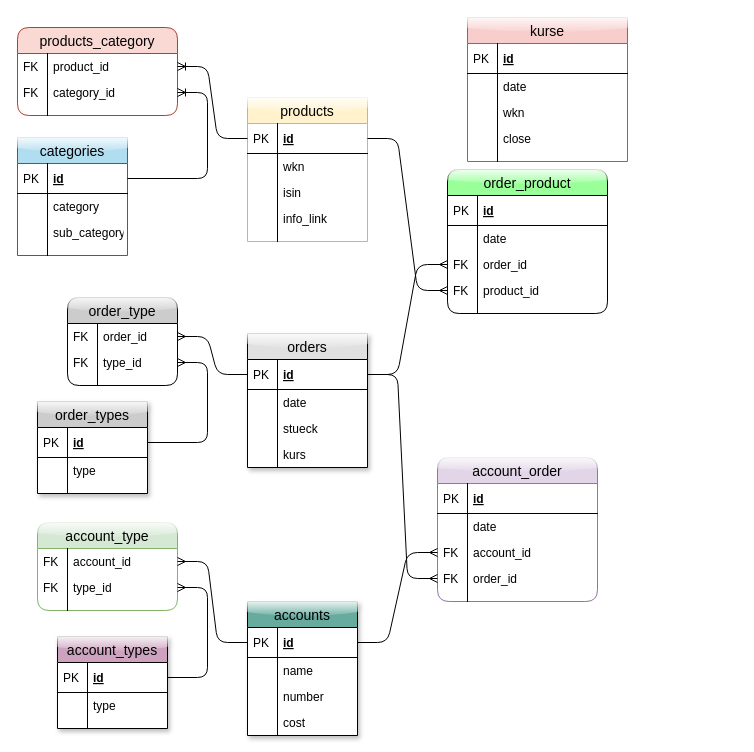
The draw.io diagram database/investment/design/relationships.drawio in l07p/pi_server, before the edit. Source tidied: cells renumbered, new cells numbered last; positions are measured from the earlier drawing's top-left corner, leaving out a move shared by most shapes. Both pictures are drawn from the tidied source at 100%, with x=0, y=0 at pixel (17, 17).
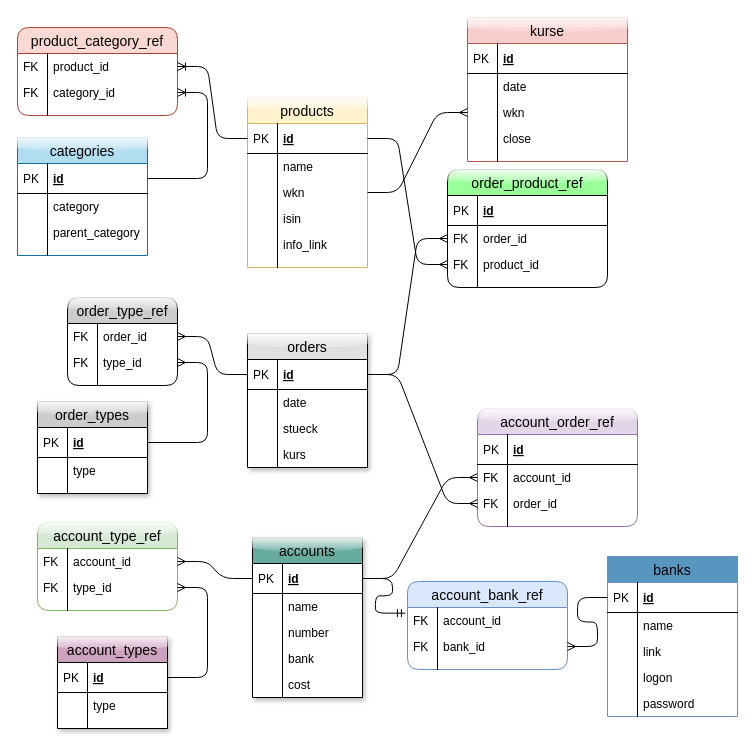
The same diagram, later.

The change refers to these unchanged cells:
```xml
<mxCell id="41" value="id" style="shape=partialRectangle;top=0;left=0;right=0;bottom=1;align=left;verticalAlign=middle;fillColor=none;spacingLeft=34;spacingRight=4;overflow=hidden;points=[[0,0.5],[1,0.5]];portConstraint=eastwest;fontStyle=5;fontSize=12;" parent="40" vertex="1">
  <mxGeometry y="26" width="110" height="30" as="geometry" />
</mxCell>
<mxCell id="112" value="wkn" style="shape=partialRectangle;top=0;left=0;right=0;bottom=0;align=left;verticalAlign=top;fillColor=none;spacingLeft=34;spacingRight=4;overflow=hidden;points=[[0,0.5],[1,0.5]];portConstraint=eastwest;fontSize=12;" parent="107" vertex="1">
  <mxGeometry y="82" width="160" height="26" as="geometry" />
</mxCell>
```

Diff of the diagram source:
```diff
@@
     <mxCell id="2" value="products" style="swimlane;fontStyle=0;horizontal=1;startSize=26;align=center;fontSize=14;fillColor=#fff2cc;strokeColor=#d6b656;glass=1;" parent="1" vertex="1">
-      <mxGeometry x="230" y="80" width="120" height="144" as="geometry" />
+      <mxGeometry x="230" y="80" width="120" height="170" as="geometry" />
     </mxCell>
@@
-    <mxCell id="5" value="wkn" style="shape=partialRectangle;top=0;left=0;right=0;bottom=0;align=left;verticalAlign=top;fillColor=none;spacingLeft=34;spacingRight=4;overflow=hidden;fontSize=12;" parent="2" vertex="1">
+    <mxCell id="5" value="name" style="shape=partialRectangle;top=0;left=0;right=0;bottom=0;align=left;verticalAlign=top;fillColor=none;spacingLeft=34;spacingRight=4;overflow=hidden;fontSize=12;" parent="2" vertex="1">
       <mxGeometry y="56" width="120" height="26" as="geometry" />
     </mxCell>
@@
+    <mxCell id="118" value="wkn" style="shape=partialRectangle;top=0;left=0;right=0;bottom=0;align=left;verticalAlign=top;fillColor=none;spacingLeft=34;spacingRight=4;overflow=hidden;points=[[0,0.5],[1,0.5]];portConstraint=eastwest;fontSize=12;" parent="2" vertex="1">
+      <mxGeometry y="82" width="120" height="26" as="geometry" />
+    </mxCell>
+    <mxCell id="119" style="shape=partialRectangle;top=0;left=0;bottom=0;fillColor=none;align=left;verticalAlign=top;spacingLeft=4;spacingRight=4;overflow=hidden;fontSize=12;" parent="118" vertex="1">
+      <mxGeometry width="30" height="26" as="geometry" />
+    </mxCell>
     <mxCell id="7" value="isin" style="shape=partialRectangle;top=0;left=0;right=0;bottom=0;align=left;verticalAlign=top;fillColor=none;spacingLeft=34;spacingRight=4;overflow=hidden;fontSize=12;" parent="2" vertex="1">
-      <mxGeometry y="82" width="120" height="26" as="geometry" />
+      <mxGeometry y="108" width="120" height="26" as="geometry" />
     </mxCell>
@@
     <mxCell id="9" value="info_link" style="shape=partialRectangle;top=0;left=0;right=0;bottom=0;align=left;verticalAlign=top;fillColor=none;spacingLeft=34;spacingRight=4;overflow=hidden;fontSize=12;" parent="2" vertex="1">
-      <mxGeometry y="108" width="120" height="26" as="geometry" />
+      <mxGeometry y="134" width="120" height="26" as="geometry" />
     </mxCell>
@@
     <mxCell id="11" style="shape=partialRectangle;top=0;left=0;right=0;bottom=0;align=left;verticalAlign=top;fillColor=none;spacingLeft=34;spacingRight=4;overflow=hidden;fontSize=12;" parent="2" vertex="1">
-      <mxGeometry y="134" width="120" height="10" as="geometry" />
+      <mxGeometry y="160" width="120" height="10" as="geometry" />
     </mxCell>
@@
     <mxCell id="13" value="categories" style="swimlane;fontStyle=0;horizontal=1;startSize=26;fillColor=#b1ddf0;swimlaneFillColor=#ffffff;align=center;fontSize=14;strokeColor=#10739e;glass=1;" parent="1" vertex="1">
-      <mxGeometry y="120" width="110" height="118" as="geometry" />
+      <mxGeometry y="120" width="130" height="118" as="geometry" />
     </mxCell>
     <mxCell id="14" value="id" style="shape=partialRectangle;top=0;left=0;right=0;bottom=1;align=left;verticalAlign=middle;fillColor=none;spacingLeft=34;spacingRight=4;overflow=hidden;points=[[0,0.5],[1,0.5]];portConstraint=eastwest;fontStyle=5;fontSize=12;" parent="13" vertex="1">
-      <mxGeometry y="26" width="110" height="30" as="geometry" />
+      <mxGeometry y="26" width="130" height="30" as="geometry" />
     </mxCell>
@@
     <mxCell id="16" value="category" style="shape=partialRectangle;top=0;left=0;right=0;bottom=0;align=left;verticalAlign=top;fillColor=none;spacingLeft=34;spacingRight=4;overflow=hidden;fontSize=12;" parent="13" vertex="1">
-      <mxGeometry y="56" width="110" height="26" as="geometry" />
+      <mxGeometry y="56" width="130" height="26" as="geometry" />
     </mxCell>
@@
-    <mxCell id="18" value="sub_category" style="shape=partialRectangle;top=0;left=0;right=0;bottom=0;align=left;verticalAlign=top;fillColor=none;spacingLeft=34;spacingRight=4;overflow=hidden;fontSize=12;" parent="13" vertex="1">
-      <mxGeometry y="82" width="110" height="26" as="geometry" />
+    <mxCell id="18" value="parent_category" style="shape=partialRectangle;top=0;left=0;right=0;bottom=0;align=left;verticalAlign=top;fillColor=none;spacingLeft=34;spacingRight=4;overflow=hidden;fontSize=12;" parent="13" vertex="1">
+      <mxGeometry y="82" width="130" height="26" as="geometry" />
     </mxCell>
@@
     <mxCell id="20" style="shape=partialRectangle;top=0;left=0;right=0;bottom=0;align=left;verticalAlign=top;fillColor=none;spacingLeft=34;spacingRight=4;overflow=hidden;fontSize=12;" parent="13" vertex="1">
-      <mxGeometry y="108" width="110" height="10" as="geometry" />
+      <mxGeometry y="108" width="130" height="10" as="geometry" />
     </mxCell>
@@
-    <mxCell id="22" value="products_category" style="swimlane;fontStyle=0;horizontal=1;startSize=26;fillColor=#fad9d5;swimlaneFillColor=#ffffff;align=center;fontSize=14;rounded=1;comic=0;strokeColor=#ae4132;" parent="1" vertex="1">
+    <mxCell id="22" value="product_category_ref" style="swimlane;fontStyle=0;horizontal=1;startSize=26;fillColor=#fad9d5;swimlaneFillColor=#ffffff;align=center;fontSize=14;rounded=1;comic=0;strokeColor=#ae4132;" parent="1" vertex="1">
       <mxGeometry y="10" width="160" height="88" as="geometry" />
     </mxCell>
@@
     <mxCell id="40" value="accounts" style="swimlane;fontStyle=0;horizontal=1;startSize=26;fillColor=#67AB9F;swimlaneFillColor=#ffffff;align=center;fontSize=14;rounded=0;shadow=1;glass=1;comic=0;" parent="1" vertex="1">
-      <mxGeometry x="230" y="584" width="110" height="134" as="geometry" />
+      <mxGeometry x="235" y="520" width="110" height="160" as="geometry" />
     </mxCell>
@@
-    <mxCell id="47" value="cost" style="shape=partialRectangle;top=0;left=0;right=0;bottom=0;align=left;verticalAlign=top;fillColor=none;spacingLeft=34;spacingRight=4;overflow=hidden;fontSize=12;" parent="40" vertex="1">
+    <mxCell id="47" value="bank" style="shape=partialRectangle;top=0;left=0;right=0;bottom=0;align=left;verticalAlign=top;fillColor=none;spacingLeft=34;spacingRight=4;overflow=hidden;fontSize=12;" parent="40" vertex="1">
       <mxGeometry y="108" width="110" height="26" as="geometry" />
     </mxCell>
@@
+    <mxCell id="120" value="cost" style="shape=partialRectangle;top=0;left=0;right=0;bottom=0;align=left;verticalAlign=top;fillColor=none;spacingLeft=34;spacingRight=4;overflow=hidden;fontSize=12;" parent="40" vertex="1">
+      <mxGeometry y="134" width="110" height="26" as="geometry" />
+    </mxCell>
+    <mxCell id="121" style="shape=partialRectangle;top=0;left=0;bottom=0;fillColor=none;align=left;verticalAlign=top;spacingLeft=4;spacingRight=4;overflow=hidden;fontSize=12;" parent="120" vertex="1">
+      <mxGeometry width="30" height="26" as="geometry" />
+    </mxCell>
@@
-    <mxCell id="63" value="order_product" style="swimlane;fontStyle=0;horizontal=1;startSize=26;fillColor=#99FF99;swimlaneFillColor=#ffffff;align=center;fontSize=14;rounded=1;glass=1;" parent="1" vertex="1">
-      <mxGeometry x="430" y="152" width="160" height="144" as="geometry" />
+    <mxCell id="63" value="order_product_ref" style="swimlane;fontStyle=0;horizontal=1;startSize=26;fillColor=#99FF99;swimlaneFillColor=#ffffff;align=center;fontSize=14;rounded=1;glass=1;" parent="1" vertex="1">
+      <mxGeometry x="430" y="152" width="160" height="118" as="geometry" />
     </mxCell>
@@
-    <mxCell id="66" value="date" style="shape=partialRectangle;top=0;left=0;right=0;bottom=0;align=left;verticalAlign=top;fillColor=none;spacingLeft=34;spacingRight=4;overflow=hidden;fontSize=12;" parent="63" vertex="1">
-      <mxGeometry y="56" width="160" height="26" as="geometry" />
-    </mxCell>
-    <mxCell id="67" style="shape=partialRectangle;top=0;left=0;bottom=0;fillColor=none;align=left;verticalAlign=top;spacingLeft=4;spacingRight=4;overflow=hidden;fontSize=12;" parent="66" vertex="1">
-      <mxGeometry width="30" height="26" as="geometry" />
-    </mxCell>
     <mxCell id="68" value="order_id" style="shape=partialRectangle;top=0;left=0;right=0;bottom=0;align=left;verticalAlign=top;fillColor=none;spacingLeft=34;spacingRight=4;overflow=hidden;points=[[0,0.5],[1,0.5]];portConstraint=eastwest;fontSize=12;" parent="63" vertex="1">
-      <mxGeometry y="82" width="160" height="26" as="geometry" />
+      <mxGeometry y="56" width="160" height="26" as="geometry" />
     </mxCell>
@@
     <mxCell id="70" value="product_id" style="shape=partialRectangle;top=0;left=0;right=0;bottom=0;align=left;verticalAlign=top;fillColor=none;spacingLeft=34;spacingRight=4;overflow=hidden;points=[[0,0.5],[1,0.5]];portConstraint=eastwest;fontSize=12;" parent="63" vertex="1">
-      <mxGeometry y="108" width="160" height="26" as="geometry" />
+      <mxGeometry y="82" width="160" height="26" as="geometry" />
     </mxCell>
@@
     <mxCell id="72" style="shape=partialRectangle;top=0;left=0;right=0;bottom=0;align=left;verticalAlign=top;fillColor=none;spacingLeft=34;spacingRight=4;overflow=hidden;fontSize=12;" parent="63" vertex="1">
-      <mxGeometry y="134" width="160" height="10" as="geometry" />
+      <mxGeometry y="108" width="160" height="10" as="geometry" />
     </mxCell>
@@
-    <mxCell id="76" value="order_type" style="swimlane;fontStyle=0;horizontal=1;startSize=26;fillColor=#CCCCCC;swimlaneFillColor=#ffffff;align=center;fontSize=14;rounded=1;shadow=0;glass=1;" parent="1" vertex="1">
+    <mxCell id="76" value="order_type_ref" style="swimlane;fontStyle=0;horizontal=1;startSize=26;fillColor=#CCCCCC;swimlaneFillColor=#ffffff;align=center;fontSize=14;rounded=1;shadow=0;glass=1;" parent="1" vertex="1">
       <mxGeometry x="50" y="280" width="110" height="88" as="geometry" />
     </mxCell>
@@
-    <mxCell id="85" value="account_type" style="swimlane;fontStyle=0;horizontal=1;startSize=26;fillColor=#d5e8d4;swimlaneFillColor=#ffffff;align=center;fontSize=14;rounded=1;shadow=0;glass=1;strokeColor=#82b366;" parent="1" vertex="1">
+    <mxCell id="85" value="account_type_ref" style="swimlane;fontStyle=0;horizontal=1;startSize=26;fillColor=#d5e8d4;swimlaneFillColor=#ffffff;align=center;fontSize=14;rounded=1;shadow=0;glass=1;strokeColor=#82b366;" parent="1" vertex="1">
       <mxGeometry x="20" y="505" width="140" height="88" as="geometry" />
     </mxCell>
@@
-    <mxCell id="94" value="account_order" style="swimlane;fontStyle=0;horizontal=1;startSize=26;fillColor=#e1d5e7;swimlaneFillColor=#ffffff;align=center;fontSize=14;rounded=1;shadow=0;glass=1;strokeColor=#9673a6;" parent="1" vertex="1">
-      <mxGeometry x="420" y="440" width="160" height="144" as="geometry" />
+    <mxCell id="94" value="account_order_ref" style="swimlane;fontStyle=0;horizontal=1;startSize=26;fillColor=#e1d5e7;swimlaneFillColor=#ffffff;align=center;fontSize=14;rounded=1;shadow=0;glass=1;strokeColor=#9673a6;" parent="1" vertex="1">
+      <mxGeometry x="460" y="391" width="160" height="118" as="geometry" />
     </mxCell>
@@
-    <mxCell id="97" value="date" style="shape=partialRectangle;top=0;left=0;right=0;bottom=0;align=left;verticalAlign=top;fillColor=none;spacingLeft=34;spacingRight=4;overflow=hidden;fontSize=12;" parent="94" vertex="1">
-      <mxGeometry y="56" width="160" height="26" as="geometry" />
-    </mxCell>
-    <mxCell id="98" style="shape=partialRectangle;top=0;left=0;bottom=0;fillColor=none;align=left;verticalAlign=top;spacingLeft=4;spacingRight=4;overflow=hidden;fontSize=12;" parent="97" vertex="1">
-      <mxGeometry width="30" height="26" as="geometry" />
-    </mxCell>
     <mxCell id="99" value="account_id" style="shape=partialRectangle;top=0;left=0;right=0;bottom=0;align=left;verticalAlign=top;fillColor=none;spacingLeft=34;spacingRight=4;overflow=hidden;points=[[0,0.5],[1,0.5]];portConstraint=eastwest;fontSize=12;" parent="94" vertex="1">
-      <mxGeometry y="82" width="160" height="26" as="geometry" />
+      <mxGeometry y="56" width="160" height="26" as="geometry" />
     </mxCell>
@@
     <mxCell id="101" value="order_id" style="shape=partialRectangle;top=0;left=0;right=0;bottom=0;align=left;verticalAlign=top;fillColor=none;spacingLeft=34;spacingRight=4;overflow=hidden;points=[[0,0.5],[1,0.5]];portConstraint=eastwest;fontSize=12;" parent="94" vertex="1">
-      <mxGeometry y="108" width="160" height="26" as="geometry" />
+      <mxGeometry y="82" width="160" height="26" as="geometry" />
     </mxCell>
@@
     <mxCell id="103" style="shape=partialRectangle;top=0;left=0;right=0;bottom=0;align=left;verticalAlign=top;fillColor=none;spacingLeft=34;spacingRight=4;overflow=hidden;fontSize=12;" parent="94" vertex="1">
-      <mxGeometry y="134" width="160" height="10" as="geometry" />
+      <mxGeometry y="108" width="160" height="10" as="geometry" />
     </mxCell>
@@
+    <mxCell id="122" style="edgeStyle=entityRelationEdgeStyle;fontSize=12;html=1;endArrow=ERmany;" parent="1" edge="1" source="118" target="112">
+      <mxGeometry relative="1" as="geometry" />
+    </mxCell>
+    <mxCell id="123" value="banks" style="swimlane;fontStyle=0;horizontal=1;startSize=26;fillColor=#5896BF;swimlaneFillColor=#ffffff;align=center;fontSize=14;strokeColor=#6c8ebf;" parent="1" vertex="1">
+      <mxGeometry x="590" y="539" width="130" height="160" as="geometry" />
+    </mxCell>
+    <mxCell id="124" value="id" style="shape=partialRectangle;top=0;left=0;right=0;bottom=1;align=left;verticalAlign=middle;fillColor=none;spacingLeft=34;spacingRight=4;overflow=hidden;points=[[0,0.5],[1,0.5]];portConstraint=eastwest;fontStyle=5;fontSize=12;" parent="123" vertex="1">
+      <mxGeometry y="26" width="130" height="30" as="geometry" />
+    </mxCell>
+    <mxCell id="125" value="PK" style="shape=partialRectangle;top=0;left=0;bottom=0;fillColor=none;align=left;verticalAlign=middle;spacingLeft=4;spacingRight=4;overflow=hidden;fontSize=12;" parent="124" vertex="1">
+      <mxGeometry width="30" height="30" as="geometry" />
+    </mxCell>
+    <mxCell id="126" value="name" style="shape=partialRectangle;top=0;left=0;right=0;bottom=0;align=left;verticalAlign=top;fillColor=none;spacingLeft=34;spacingRight=4;overflow=hidden;fontSize=12;" parent="123" vertex="1">
+      <mxGeometry y="56" width="130" height="26" as="geometry" />
+    </mxCell>
+    <mxCell id="127" style="shape=partialRectangle;top=0;left=0;bottom=0;fillColor=none;align=left;verticalAlign=top;spacingLeft=4;spacingRight=4;overflow=hidden;fontSize=12;" parent="126" vertex="1">
+      <mxGeometry width="30" height="26" as="geometry" />
+    </mxCell>
+    <mxCell id="128" value="link" style="shape=partialRectangle;top=0;left=0;right=0;bottom=0;align=left;verticalAlign=top;fillColor=none;spacingLeft=34;spacingRight=4;overflow=hidden;fontSize=12;" parent="123" vertex="1">
+      <mxGeometry y="82" width="130" height="26" as="geometry" />
+    </mxCell>
+    <mxCell id="129" style="shape=partialRectangle;top=0;left=0;bottom=0;fillColor=none;align=left;verticalAlign=top;spacingLeft=4;spacingRight=4;overflow=hidden;fontSize=12;" parent="128" vertex="1">
+      <mxGeometry width="30" height="26" as="geometry" />
+    </mxCell>
+    <mxCell id="130" value="logon" style="shape=partialRectangle;top=0;left=0;right=0;bottom=0;align=left;verticalAlign=top;fillColor=none;spacingLeft=34;spacingRight=4;overflow=hidden;fontSize=12;" parent="123" vertex="1">
+      <mxGeometry y="108" width="130" height="26" as="geometry" />
+    </mxCell>
+    <mxCell id="131" style="shape=partialRectangle;top=0;left=0;bottom=0;fillColor=none;align=left;verticalAlign=top;spacingLeft=4;spacingRight=4;overflow=hidden;fontSize=12;" parent="130" vertex="1">
+      <mxGeometry width="30" height="26" as="geometry" />
+    </mxCell>
+    <mxCell id="132" value="password" style="shape=partialRectangle;top=0;left=0;right=0;bottom=0;align=left;verticalAlign=top;fillColor=none;spacingLeft=34;spacingRight=4;overflow=hidden;fontSize=12;" parent="123" vertex="1">
+      <mxGeometry y="134" width="130" height="26" as="geometry" />
+    </mxCell>
+    <mxCell id="133" style="shape=partialRectangle;top=0;left=0;bottom=0;fillColor=none;align=left;verticalAlign=top;spacingLeft=4;spacingRight=4;overflow=hidden;fontSize=12;" parent="132" vertex="1">
+      <mxGeometry width="30" height="26" as="geometry" />
+    </mxCell>
+    <mxCell id="134" value="account_bank_ref" style="swimlane;fontStyle=0;horizontal=1;startSize=26;fillColor=#dae8fc;swimlaneFillColor=#ffffff;align=center;fontSize=14;rounded=1;strokeColor=#6c8ebf;" parent="1" vertex="1">
+      <mxGeometry x="390" y="564" width="160" height="88" as="geometry" />
+    </mxCell>
+    <mxCell id="135" value="account_id" style="shape=partialRectangle;top=0;left=0;right=0;bottom=0;align=left;verticalAlign=top;fillColor=none;spacingLeft=34;spacingRight=4;overflow=hidden;points=[[0,0.5],[1,0.5]];portConstraint=eastwest;fontSize=12;" parent="134" vertex="1">
+      <mxGeometry y="26" width="160" height="26" as="geometry" />
+    </mxCell>
+    <mxCell id="136" value="FK" style="shape=partialRectangle;top=0;left=0;bottom=0;fillColor=none;align=left;verticalAlign=top;spacingLeft=4;spacingRight=4;overflow=hidden;fontSize=12;" parent="135" vertex="1">
+      <mxGeometry width="30" height="26" as="geometry" />
+    </mxCell>
+    <mxCell id="137" value="bank_id" style="shape=partialRectangle;top=0;left=0;right=0;bottom=0;align=left;verticalAlign=top;fillColor=none;spacingLeft=34;spacingRight=4;overflow=hidden;points=[[0,0.5],[1,0.5]];portConstraint=eastwest;fontSize=12;" parent="134" vertex="1">
+      <mxGeometry y="52" width="160" height="26" as="geometry" />
+    </mxCell>
+    <mxCell id="138" value="FK" style="shape=partialRectangle;top=0;left=0;bottom=0;fillColor=none;align=left;verticalAlign=top;spacingLeft=4;spacingRight=4;overflow=hidden;fontSize=12;" parent="137" vertex="1">
+      <mxGeometry width="30" height="26" as="geometry" />
+    </mxCell>
+    <mxCell id="139" style="shape=partialRectangle;top=0;left=0;right=0;bottom=0;align=left;verticalAlign=top;fillColor=none;spacingLeft=34;spacingRight=4;overflow=hidden;fontSize=12;" parent="134" vertex="1">
+      <mxGeometry y="78" width="160" height="10" as="geometry" />
+    </mxCell>
+    <mxCell id="140" style="shape=partialRectangle;top=0;left=0;bottom=0;fillColor=none;align=left;verticalAlign=top;spacingLeft=4;spacingRight=4;overflow=hidden;fontSize=12;" parent="139" vertex="1">
+      <mxGeometry width="30" height="10" as="geometry" />
+    </mxCell>
+    <mxCell id="141" style="edgeStyle=entityRelationEdgeStyle;fontSize=12;html=1;endArrow=ERmany;" parent="1" edge="1" source="124" target="137">
+      <mxGeometry relative="1" as="geometry" />
+    </mxCell>
+    <mxCell id="142" style="edgeStyle=entityRelationEdgeStyle;fontSize=12;html=1;endArrow=ERmandOne;entryX=-0.013;entryY=0.218;entryDx=0;entryDy=0;entryPerimeter=0;" parent="1" edge="1" source="41" target="135">
+      <mxGeometry relative="1" as="geometry" />
+    </mxCell>
```
